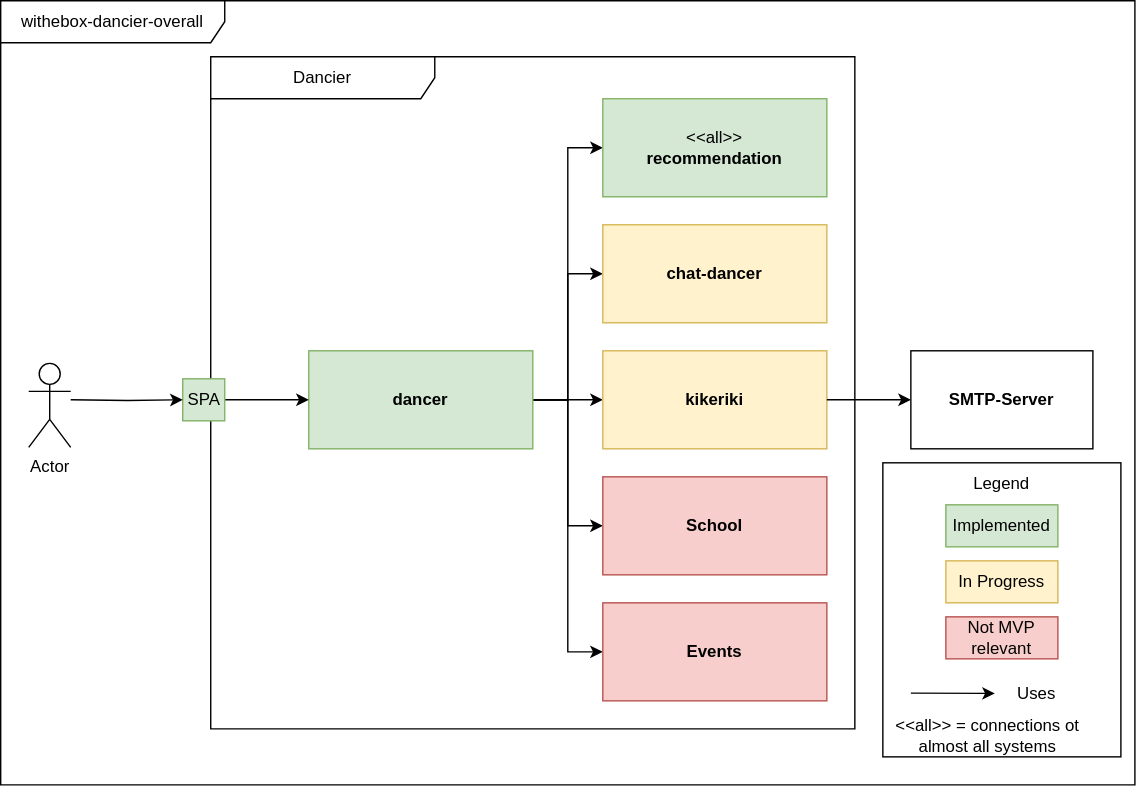
Above: src/main/jbake/content/documentation/arc42/images/whitebox-overall-system.drawio.svg in dancier/documentation (draw.io), before the change. Source tidied: cells renumbered, new cells last; positions are measured from the earlier drawing's top-left corner, leaving out a move shared by most shapes.
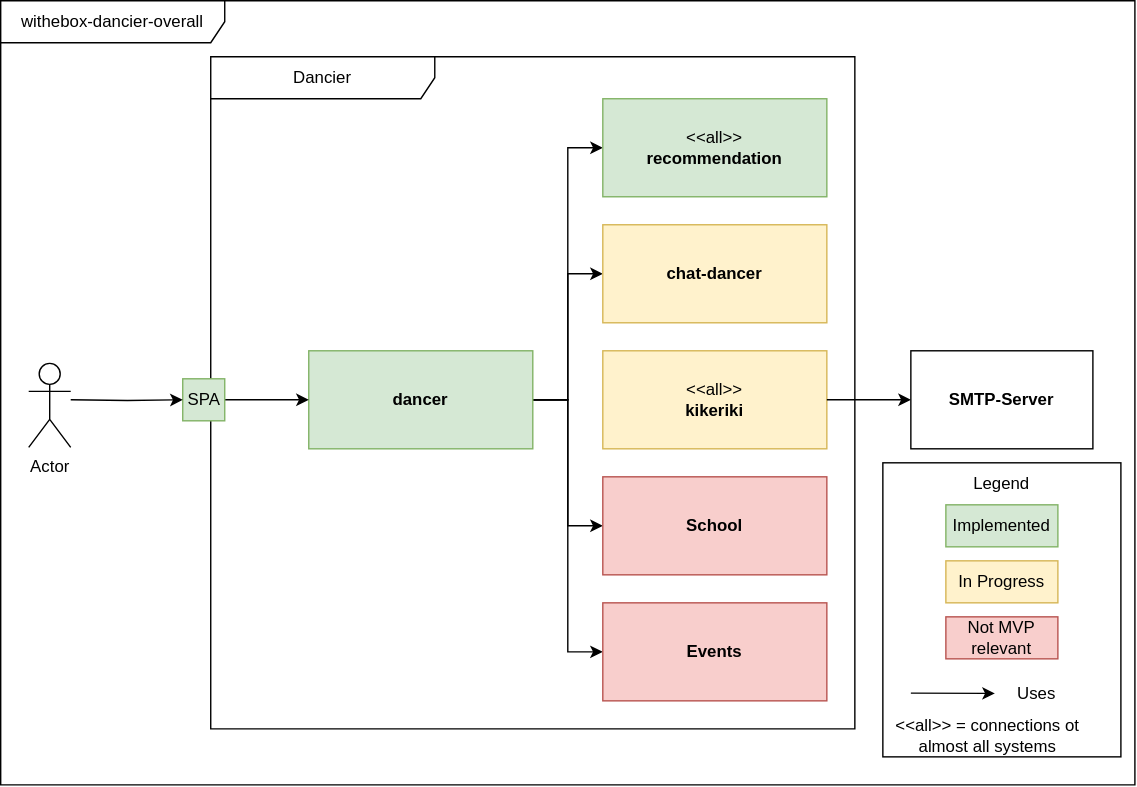
Later version of the same file.

Commit message:
added all stereotype

What changed in the source:
```diff
@@ -32,9 +32,6 @@
     <mxCell id="11" style="edgeStyle=orthogonalEdgeStyle;rounded=0;jettySize=auto;html=1;entryX=0;entryY=0.5;entryDx=0;entryDy=0;" parent="9" edge="1" source="15" target="16">
       <mxGeometry relative="1" as="geometry" />
     </mxCell>
-    <mxCell id="12" style="edgeStyle=orthogonalEdgeStyle;rounded=0;jettySize=auto;html=1;entryX=0;entryY=0.5;entryDx=0;entryDy=0;" parent="9" edge="1" source="15" target="20">
-      <mxGeometry relative="1" as="geometry" />
-    </mxCell>
     <mxCell id="13" style="edgeStyle=orthogonalEdgeStyle;rounded=0;jettySize=auto;html=1;entryX=0;entryY=0.5;entryDx=0;entryDy=0;" parent="9" edge="1" source="15" target="18">
       <mxGeometry relative="1" as="geometry" />
     </mxCell>
@@ -56,7 +53,7 @@
     <mxCell id="19" value="&lt;b&gt;Events&lt;br&gt;&lt;/b&gt;" style="html=1;align=center;verticalAlign=middle;dashed=0;whiteSpace=wrap;fillColor=#f8cecc;strokeColor=#b85450;" parent="9" vertex="1">
       <mxGeometry x="280" y="390" width="160" height="70" as="geometry" />
     </mxCell>
-    <mxCell id="20" value="&lt;b&gt;kikeriki&lt;/b&gt;" style="html=1;align=center;verticalAlign=middle;dashed=0;whiteSpace=wrap;fillColor=#fff2cc;strokeColor=#d6b656;" parent="9" vertex="1">
+    <mxCell id="20" value="&amp;lt;&amp;lt;all&amp;gt;&amp;gt;&lt;br&gt;&lt;b&gt;kikeriki&lt;/b&gt;" style="html=1;align=center;verticalAlign=middle;dashed=0;whiteSpace=wrap;fillColor=#fff2cc;strokeColor=#d6b656;" parent="9" vertex="1">
       <mxGeometry x="280" y="210" width="160" height="70" as="geometry" />
     </mxCell>
     <mxCell id="21" value="Actor" style="shape=umlActor;verticalLabelPosition=bottom;verticalAlign=top;html=1;" parent="2" vertex="1">
```
